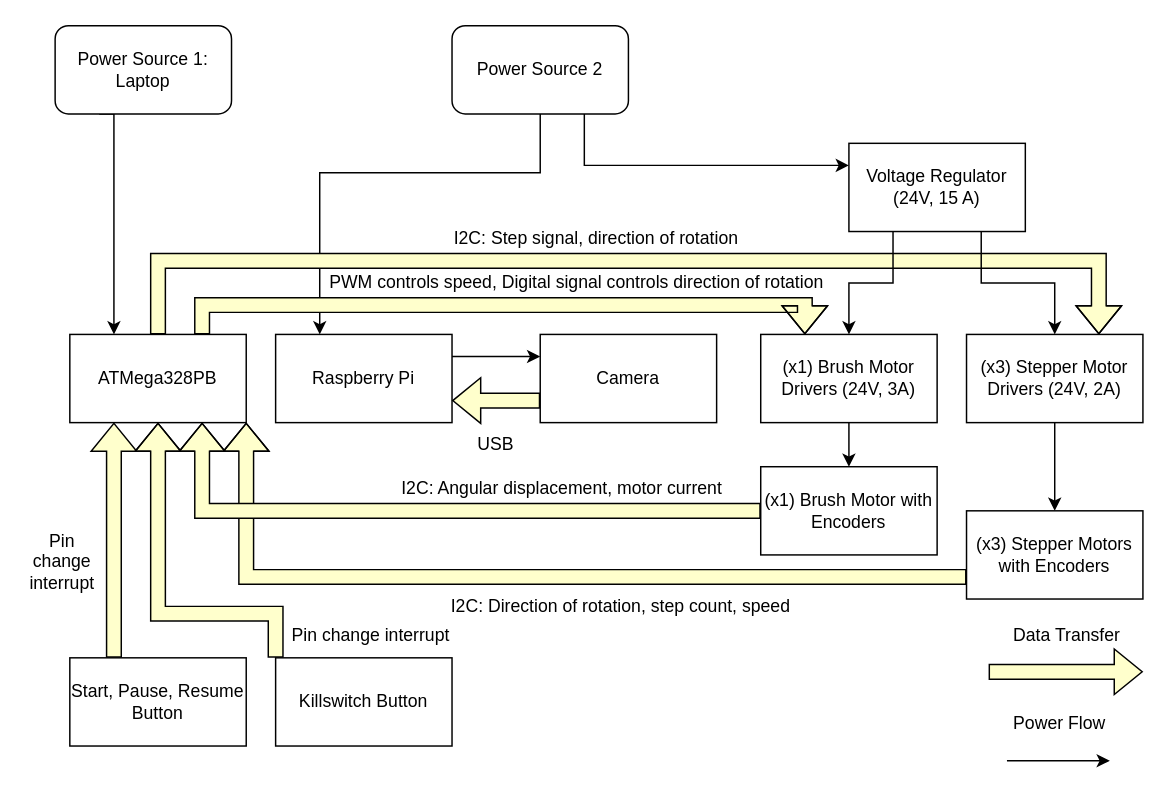
upenn-embedded/final-project-s25-the-algorithm keeps this draw.io diagram as Untitled Diagram.drawio. Above is the earlier version. Source tidied: cells renumbered, new cells numbered last; positions are measured from the earlier drawing's top-left corner, leaving out a move shared by most shapes. Both pictures are drawn from the tidied source at 147%, with x=0, y=0 at pixel (25, 25).
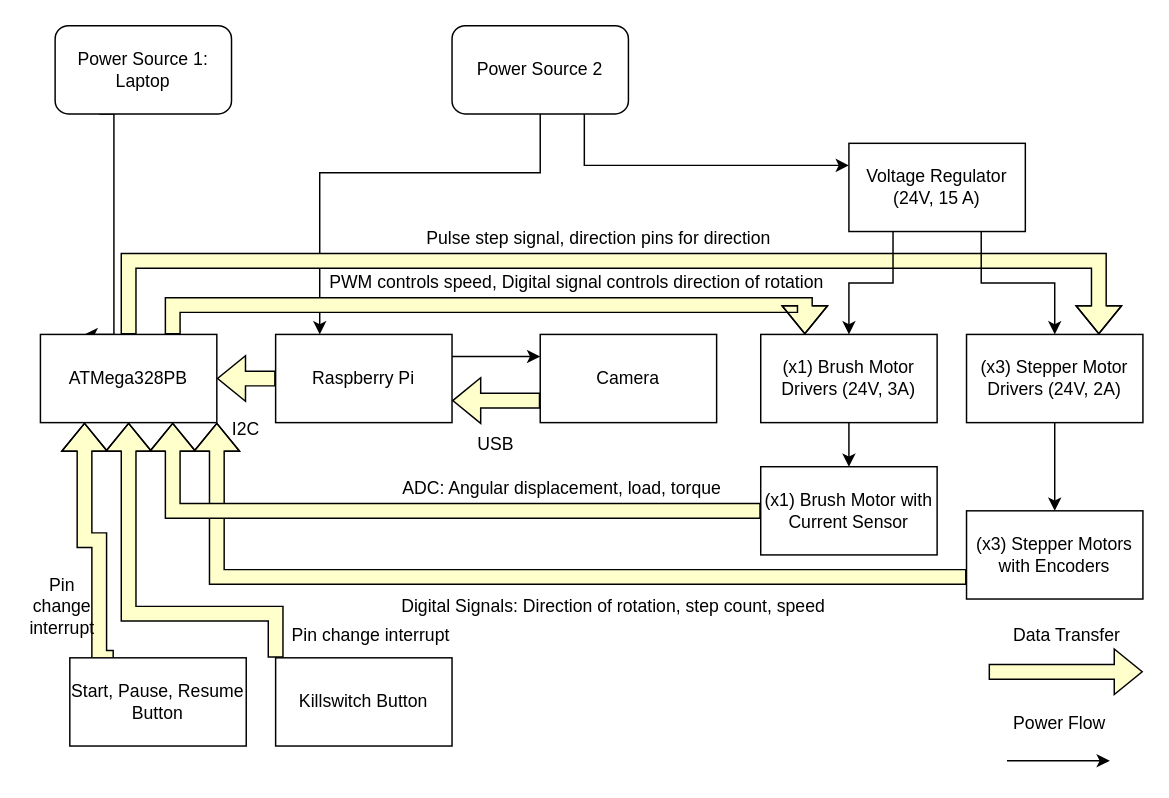
The same page after the edit.

The change refers to these unchanged cells:
```xml
<mxCell id="9" value="Raspberry Pi" style="rounded=0;whiteSpace=wrap;html=1;" parent="1" vertex="1">
  <mxGeometry x="170" y="210" width="120" height="60" as="geometry" />
</mxCell>
<mxCell id="11" value="(x3) Stepper Motor Drivers (24V, 2A)" style="rounded=0;whiteSpace=wrap;html=1;" parent="1" vertex="1">
  <mxGeometry x="640" y="210" width="120" height="60" as="geometry" />
</mxCell>
<mxCell id="20" value="Start, Pause, Resume Button" style="rounded=0;whiteSpace=wrap;html=1;" parent="1" vertex="1">
  <mxGeometry x="30" y="430" width="120" height="60" as="geometry" />
</mxCell>
<mxCell id="22" value="Killswitch Button" style="rounded=0;whiteSpace=wrap;html=1;" parent="1" vertex="1">
  <mxGeometry x="170" y="430" width="120" height="60" as="geometry" />
</mxCell>
```

Change to the diagram source:
```diff
@@
     <mxCell id="5" style="edgeStyle=orthogonalEdgeStyle;rounded=0;jettySize=auto;html=1;exitX=0.5;exitY=0;exitDx=0;exitDy=0;entryX=0.75;entryY=0;entryDx=0;entryDy=0;shape=flexArrow;fillColor=#FFFFCC;" parent="1" edge="1" source="7" target="11">
       <mxGeometry relative="1" as="geometry">
         <Array as="points">
-          <mxPoint x="90" y="160" />
+          <mxPoint x="70" y="160" />
           <mxPoint x="730" y="160" />
         </Array>
       </mxGeometry>
     </mxCell>
@@
     <mxCell id="7" value="ATMega328PB" style="rounded=0;whiteSpace=wrap;html=1;" parent="1" vertex="1">
-      <mxGeometry x="30" y="210" width="120" height="60" as="geometry" />
+      <mxGeometry x="10" y="210" width="120" height="60" as="geometry" />
     </mxCell>
@@
+    <mxCell id="40" style="edgeStyle=orthogonalEdgeStyle;rounded=0;jettySize=auto;html=1;exitX=0;exitY=0.5;exitDx=0;exitDy=0;entryX=1;entryY=0.5;entryDx=0;entryDy=0;shape=flexArrow;fillColor=#FFFFCC;" parent="1" edge="1" source="9" target="7">
+      <mxGeometry relative="1" as="geometry" />
+    </mxCell>
@@
-    <mxCell id="14" value="(x1) Brush Motor with Encoders" style="rounded=0;whiteSpace=wrap;html=1;" parent="1" vertex="1">
+    <mxCell id="14" value="(x1) Brush Motor with Current Sensor" style="rounded=0;whiteSpace=wrap;html=1;" parent="1" vertex="1">
       <mxGeometry x="500" y="300" width="120" height="60" as="geometry" />
     </mxCell>
@@
     <mxCell id="19" style="edgeStyle=orthogonalEdgeStyle;rounded=0;jettySize=auto;html=1;exitX=0.25;exitY=0;exitDx=0;exitDy=0;entryX=0.25;entryY=1;entryDx=0;entryDy=0;shape=flexArrow;fillColor=#FFFFCC;" parent="1" edge="1" source="20" target="7">
-      <mxGeometry relative="1" as="geometry" />
+      <mxGeometry relative="1" as="geometry">
+        <Array as="points">
+          <mxPoint x="50" y="430" />
+          <mxPoint x="50" y="350" />
+          <mxPoint x="40" y="350" />
+        </Array>
+      </mxGeometry>
     </mxCell>
@@
     <mxCell id="21" style="edgeStyle=orthogonalEdgeStyle;rounded=0;jettySize=auto;html=1;exitX=0;exitY=0;exitDx=0;exitDy=0;entryX=0.5;entryY=1;entryDx=0;entryDy=0;shape=flexArrow;fillColor=#FFFFCC;" parent="1" edge="1" source="22" target="7">
       <mxGeometry relative="1" as="geometry">
         <Array as="points">
           <mxPoint x="170" y="400" />
-          <mxPoint x="90" y="400" />
+          <mxPoint x="70" y="400" />
         </Array>
       </mxGeometry>
     </mxCell>
@@
-    <mxCell id="31" value="I2C: Step signal, direction of rotation&amp;nbsp;" style="text;html=1;align=center;verticalAlign=middle;whiteSpace=wrap;rounded=0;" parent="1" vertex="1">
-      <mxGeometry x="290" y="130" width="200" height="30" as="geometry" />
+    <mxCell id="31" value="Pulse step signal, direction pins for direction" style="text;html=1;align=center;verticalAlign=middle;whiteSpace=wrap;rounded=0;" parent="1" vertex="1">
+      <mxGeometry x="270" y="130" width="240" height="30" as="geometry" />
     </mxCell>
@@
-    <mxCell id="33" value="I2C: Direction of rotation, step count, speed" style="text;html=1;align=center;verticalAlign=middle;whiteSpace=wrap;rounded=0;" parent="1" vertex="1">
-      <mxGeometry x="280" y="380" width="250" height="30" as="geometry" />
+    <mxCell id="33" value="Digital Signals: Direction of rotation, step count, speed" style="text;html=1;align=center;verticalAlign=middle;whiteSpace=wrap;rounded=0;" parent="1" vertex="1">
+      <mxGeometry x="250" y="380" width="300" height="30" as="geometry" />
     </mxCell>
-    <mxCell id="34" value="I2C: Angular displacement, motor current" style="text;html=1;align=center;verticalAlign=middle;whiteSpace=wrap;rounded=0;" parent="1" vertex="1">
+    <mxCell id="34" value="ADC: Angular displacement, load, torque" style="text;html=1;align=center;verticalAlign=middle;whiteSpace=wrap;rounded=0;" parent="1" vertex="1">
       <mxGeometry x="240" y="300" width="250" height="30" as="geometry" />
     </mxCell>
@@
     <mxCell id="39" value="Pin change interrupt" style="text;html=1;align=center;verticalAlign=middle;whiteSpace=wrap;rounded=0;" parent="1" vertex="1">
-      <mxGeometry y="350" width="50" height="30" as="geometry" />
+      <mxGeometry y="380" width="50" height="30" as="geometry" />
     </mxCell>
+    <mxCell id="41" value="I2C" style="text;html=1;align=center;verticalAlign=middle;whiteSpace=wrap;rounded=0;" parent="1" vertex="1">
+      <mxGeometry x="120" y="260" width="60" height="30" as="geometry" />
+    </mxCell>
```
